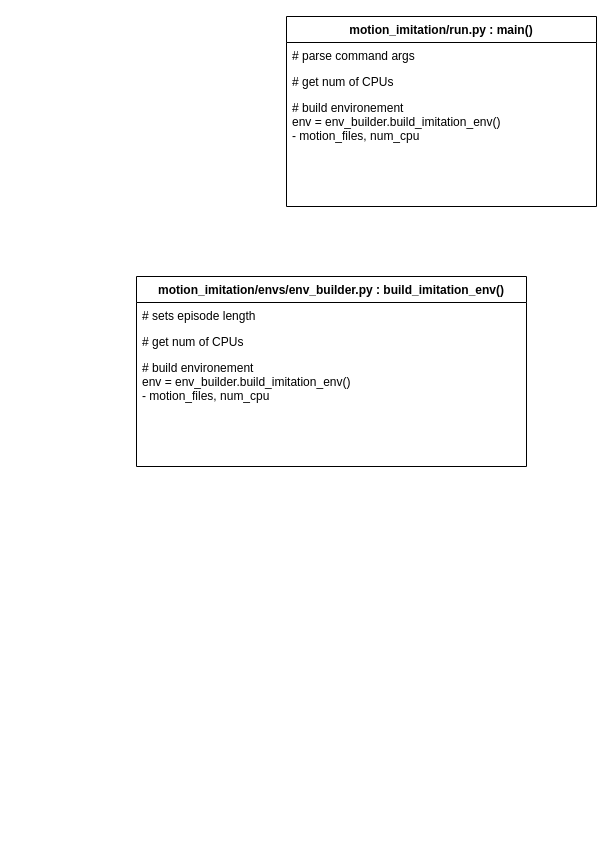
Before: graph_function.drawio in Dobid/motion_imitation, a draw.io diagram. Source tidied: cells renumbered, new cells numbered last; positions are measured from the earlier drawing's top-left corner, leaving out a move shared by most shapes. Both pictures are drawn from the tidied source at 100%, with x=0, y=0 at pixel (136, 16).
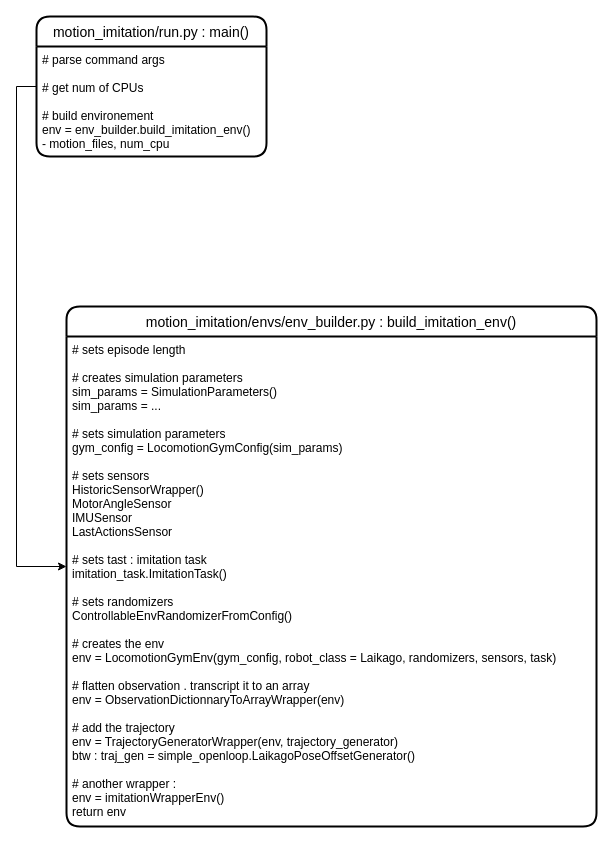
The same page after the edit.

Commit message:
graph func v2

What changed in the source:
```diff
@@
 <mxGraphModel>
   <root>
     <mxCell id="0" />
     <mxCell id="1" parent="0" />
+    <mxCell id="10" style="edgeStyle=orthogonalEdgeStyle;rounded=0;jettySize=auto;html=1;exitX=0;exitY=0.5;exitDx=0;exitDy=0;entryX=0;entryY=0.5;entryDx=0;entryDy=0;" parent="1" edge="1" source="2" target="6">
+      <mxGeometry relative="1" as="geometry" />
+    </mxCell>
-    <mxCell id="2" value="motion_imitation/run.py : main()" style="swimlane;fontStyle=1;horizontal=1;startSize=26;fillColor=none;" parent="1" vertex="1">
-      <mxGeometry x="150" width="310" height="190" as="geometry" />
+    <mxCell id="2" value="motion_imitation/run.py : main()" style="swimlane;horizontal=1;startSize=30;rounded=1;fontSize=14;fontStyle=0;strokeWidth=2;shadow=0;dashed=0;align=center;" parent="1" vertex="1">
+      <mxGeometry x="-100" width="230" height="140" as="geometry" />
     </mxCell>
-    <mxCell id="3" value="# parse command args" style="text;strokeColor=none;fillColor=none;align=left;verticalAlign=top;spacingLeft=4;spacingRight=4;overflow=hidden;" parent="2" vertex="1">
-      <mxGeometry y="26" width="310" height="26" as="geometry" />
-    </mxCell>
-    <mxCell id="4" value="# get num of CPUs" style="text;strokeColor=none;fillColor=none;align=left;verticalAlign=top;spacingLeft=4;spacingRight=4;overflow=hidden;" parent="2" vertex="1">
-      <mxGeometry y="52" width="310" height="26" as="geometry" />
-    </mxCell>
-    <mxCell id="5" value="# build environement&#10;env = env_builder.build_imitation_env()&#10;- motion_files, num_cpu" style="text;strokeColor=none;fillColor=none;align=left;verticalAlign=top;spacingLeft=4;spacingRight=4;overflow=hidden;" parent="2" vertex="1">
-      <mxGeometry y="78" width="310" height="112" as="geometry" />
-    </mxCell>
+    <mxCell id="11" value="# parse command args&#10;&#10;# get num of CPUs&#10;&#10;# build environement&#10;env = env_builder.build_imitation_env()&#10;- motion_files, num_cpu" style="align=left;strokeColor=none;fillColor=none;spacingLeft=4;fontSize=12;verticalAlign=top;" parent="2" vertex="1">
+      <mxGeometry y="30" width="230" height="110" as="geometry" />
+    </mxCell>
-    <mxCell id="6" value="motion_imitation/envs/env_builder.py : build_imitation_env()" style="swimlane;fontStyle=1;horizontal=1;startSize=26;fillColor=none;" parent="1" vertex="1">
-      <mxGeometry y="260" width="390" height="190" as="geometry" />
+    <mxCell id="6" value="motion_imitation/envs/env_builder.py : build_imitation_env()" style="swimlane;horizontal=1;startSize=30;rounded=1;fontSize=14;fontStyle=0;strokeWidth=2;shadow=0;dashed=0;align=center;" parent="1" vertex="1">
+      <mxGeometry x="-70" y="290" width="530" height="520" as="geometry" />
     </mxCell>
-    <mxCell id="7" value="# sets episode length" style="text;strokeColor=none;fillColor=none;align=left;verticalAlign=top;spacingLeft=4;spacingRight=4;overflow=hidden;" parent="6" vertex="1">
-      <mxGeometry y="26" width="390" height="26" as="geometry" />
-    </mxCell>
-    <mxCell id="8" value="# get num of CPUs" style="text;strokeColor=none;fillColor=none;align=left;verticalAlign=top;spacingLeft=4;spacingRight=4;overflow=hidden;" parent="6" vertex="1">
-      <mxGeometry y="52" width="390" height="26" as="geometry" />
-    </mxCell>
-    <mxCell id="9" value="# build environement&#10;env = env_builder.build_imitation_env()&#10;- motion_files, num_cpu" style="text;strokeColor=none;fillColor=none;align=left;verticalAlign=top;spacingLeft=4;spacingRight=4;overflow=hidden;" parent="6" vertex="1">
-      <mxGeometry y="78" width="390" height="112" as="geometry" />
-    </mxCell>
+    <mxCell id="12" value="# sets episode length&#10;&#10;# creates simulation parameters&#10;sim_params = SimulationParameters()&#10;sim_params = ...&#10;&#10;# sets simulation parameters&#10;gym_config = LocomotionGymConfig(sim_params)&#10;&#10;# sets sensors&#10;HistoricSensorWrapper()&#10;MotorAngleSensor&#10;IMUSensor&#10;LastActionsSensor&#10;&#10;# sets tast : imitation task&#10;imitation_task.ImitationTask()&#10;&#10;# sets randomizers&#10;ControllableEnvRandomizerFromConfig()&#10;&#10;# creates the env&#10;env = LocomotionGymEnv(gym_config, robot_class = Laikago, randomizers, sensors, task)&#10;&#10;# flatten observation . transcript it to an array&#10;env = ObservationDictionnaryToArrayWrapper(env)&#10;&#10;# add the trajectory&#10;env = TrajectoryGeneratorWrapper(env, trajectory_generator)&#10;btw : traj_gen = simple_openloop.LaikagoPoseOffsetGenerator()&#10;&#10;# another wrapper :&#10;env = imitationWrapperEnv()&#10;return env" style="align=left;strokeColor=none;fillColor=none;spacingLeft=4;fontSize=12;verticalAlign=top;" parent="6" vertex="1">
+      <mxGeometry y="30" width="530" height="490" as="geometry" />
+    </mxCell>
   </root>
 </mxGraphModel>
```
